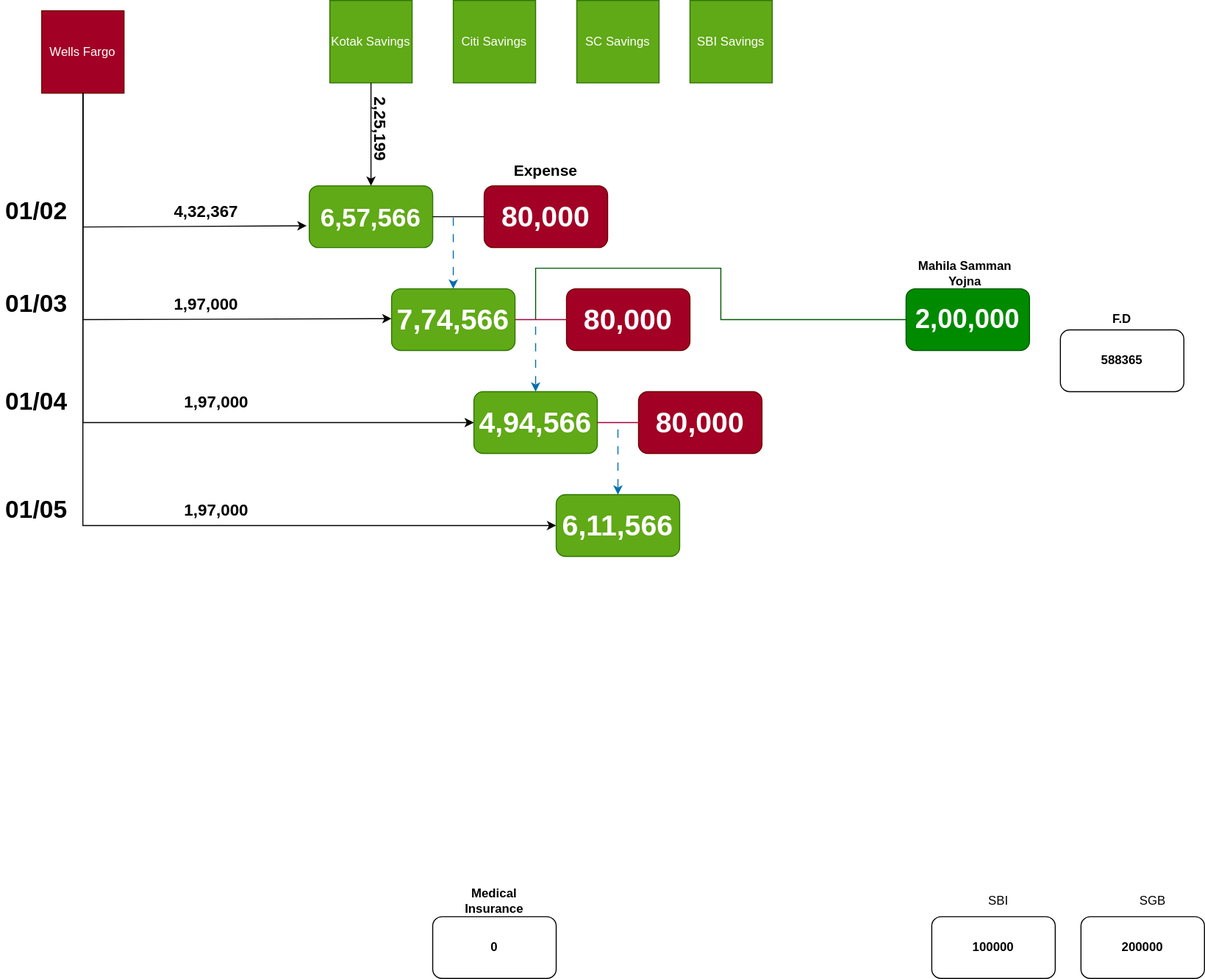
Before: Investments.drawio.svg, a diagram exported from draw.io (uchiharizvi/design-diagrams). Source tidied: cells renumbered, new cells last; positions are measured from the earlier drawing's top-left corner, leaving out a move shared by most shapes.
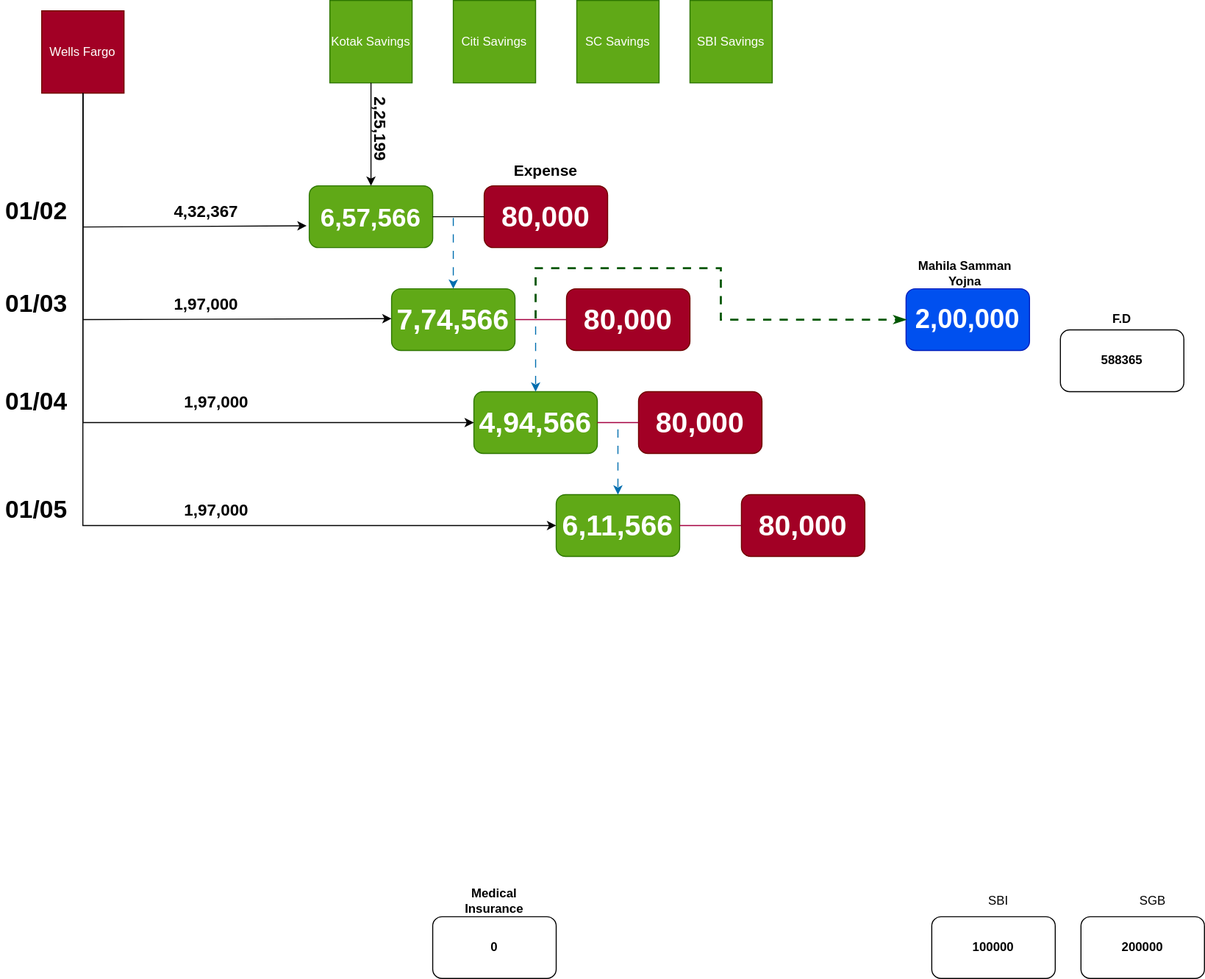
After the change.

What changed in the source:
```diff
@@ -17,7 +17,7 @@
     <mxCell id="6" value="&lt;b&gt;&lt;font style=&quot;font-size: 15px;&quot;&gt;Expense&lt;/font&gt;&lt;/b&gt;" style="text;html=1;align=center;verticalAlign=middle;whiteSpace=wrap;rounded=0;" parent="1" vertex="1">
       <mxGeometry x="500" y="150" width="60" height="30" as="geometry" />
     </mxCell>
-    <mxCell id="7" value="&lt;font style=&quot;font-size: 26px;&quot;&gt;2,00,000&lt;/font&gt;" style="rounded=1;whiteSpace=wrap;html=1;fontStyle=1;fillColor=#008a00;fontColor=#ffffff;strokeColor=#005700;" parent="1" vertex="1">
+    <mxCell id="7" value="&lt;font style=&quot;font-size: 26px;&quot;&gt;2,00,000&lt;/font&gt;" style="rounded=1;whiteSpace=wrap;html=1;fontStyle=1;fillColor=#0050ef;fontColor=#ffffff;strokeColor=#001DBC;" parent="1" vertex="1">
       <mxGeometry x="880" y="280" width="120" height="60" as="geometry" />
     </mxCell>
     <mxCell id="8" value="&lt;b&gt;Mahila Samman Yojna&lt;/b&gt;" style="text;html=1;align=center;verticalAlign=middle;whiteSpace=wrap;rounded=0;" parent="1" vertex="1">
@@ -99,7 +99,7 @@
     <mxCell id="30" style="endArrow=none;html=1;rounded=0;exitX=1;exitY=0.5;exitDx=0;exitDy=0;entryX=0;entryY=0.5;entryDx=0;entryDy=0;fillColor=#d80073;strokeColor=#A50040;" parent="1" edge="1" source="18" target="22">
       <mxGeometry relative="1" as="geometry" />
     </mxCell>
-    <mxCell id="31" style="endArrow=none;html=1;rounded=0;entryX=0;entryY=0.5;entryDx=0;entryDy=0;endFill=0;fillColor=#008a00;strokeColor=#005700;" parent="1" edge="1" target="7">
+    <mxCell id="31" style="endArrow=classicThin;html=1;rounded=0;entryX=0;entryY=0.5;entryDx=0;entryDy=0;endFill=1;fillColor=#008a00;strokeColor=#005700;flowAnimation=1;fontStyle=1;strokeWidth=2;" parent="1" edge="1" target="7">
       <mxGeometry relative="1" as="geometry">
         <mxPoint x="520" y="310" as="sourcePoint" />
         <Array as="points">
@@ -172,5 +172,13 @@
     <mxCell id="45" value="SBI Savings" style="whiteSpace=wrap;html=1;fillColor=#60a917;fontColor=#ffffff;strokeColor=#2D7600;" parent="1" vertex="1">
       <mxGeometry x="670" width="80" height="80" as="geometry" />
     </mxCell>
+    <mxCell id="46" value="&lt;font style=&quot;font-size: 28px;&quot;&gt;80,000&lt;/font&gt;" style="rounded=1;whiteSpace=wrap;html=1;fontStyle=1;fillColor=#a20025;fontColor=#ffffff;strokeColor=#6F0000;" parent="1" vertex="1">
+      <mxGeometry x="720" y="480" width="120" height="60" as="geometry" />
+    </mxCell>
+    <mxCell id="47" style="endArrow=none;html=1;rounded=0;exitX=1;exitY=0.5;exitDx=0;exitDy=0;fillColor=#d80073;strokeColor=#A50040;entryX=0;entryY=0.5;entryDx=0;entryDy=0;" parent="1" edge="1" target="46">
+      <mxGeometry relative="1" as="geometry">
+        <mxPoint x="660" y="510" as="sourcePoint" />
+      </mxGeometry>
+    </mxCell>
   </root>
 </mxGraphModel>
```
